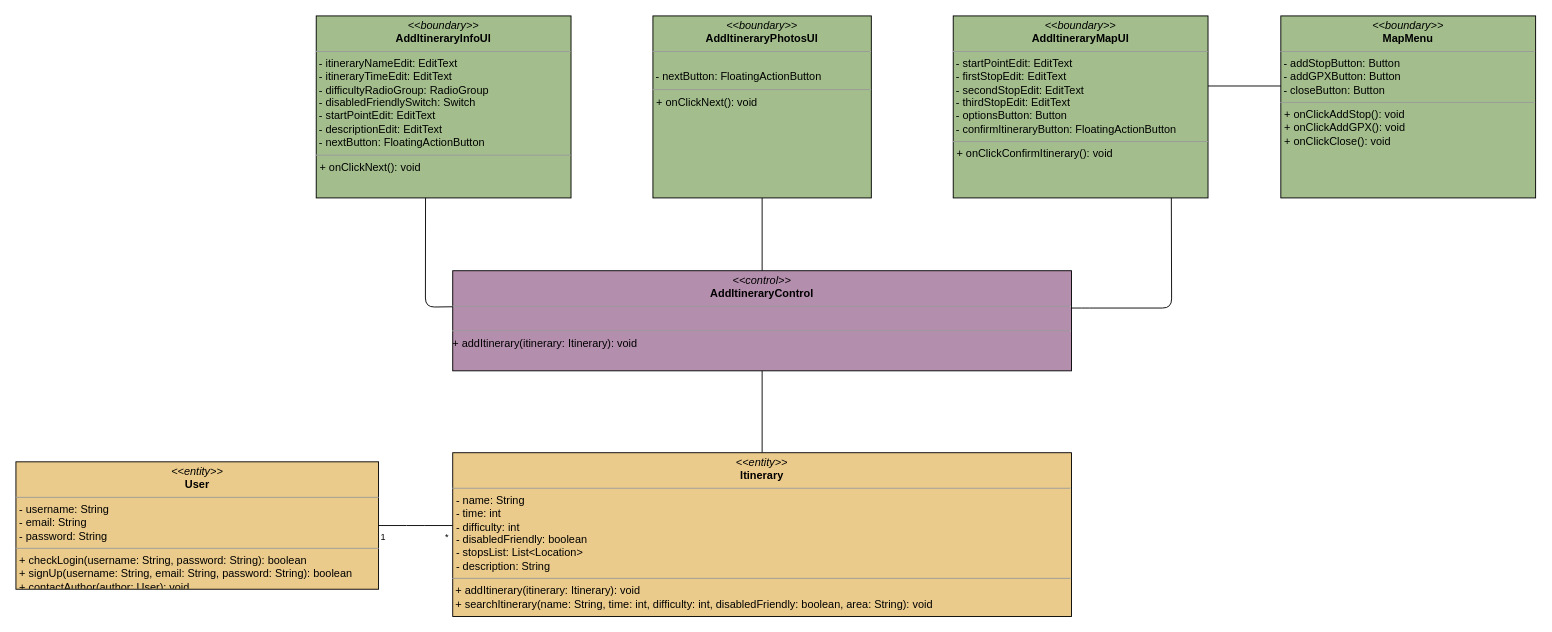
The draw.io diagram page "Aggiungi itinerario" (4 of 9) of docs/ECB.drawio in archer-65/natour-2122, before the edit. Source tidied: cells renumbered, new cells numbered last; positions are measured from the earlier drawing's top-left corner, leaving out a move shared by most shapes. Both pictures are drawn from the tidied source at 91%, with x=0, y=0 at pixel (15, 15).
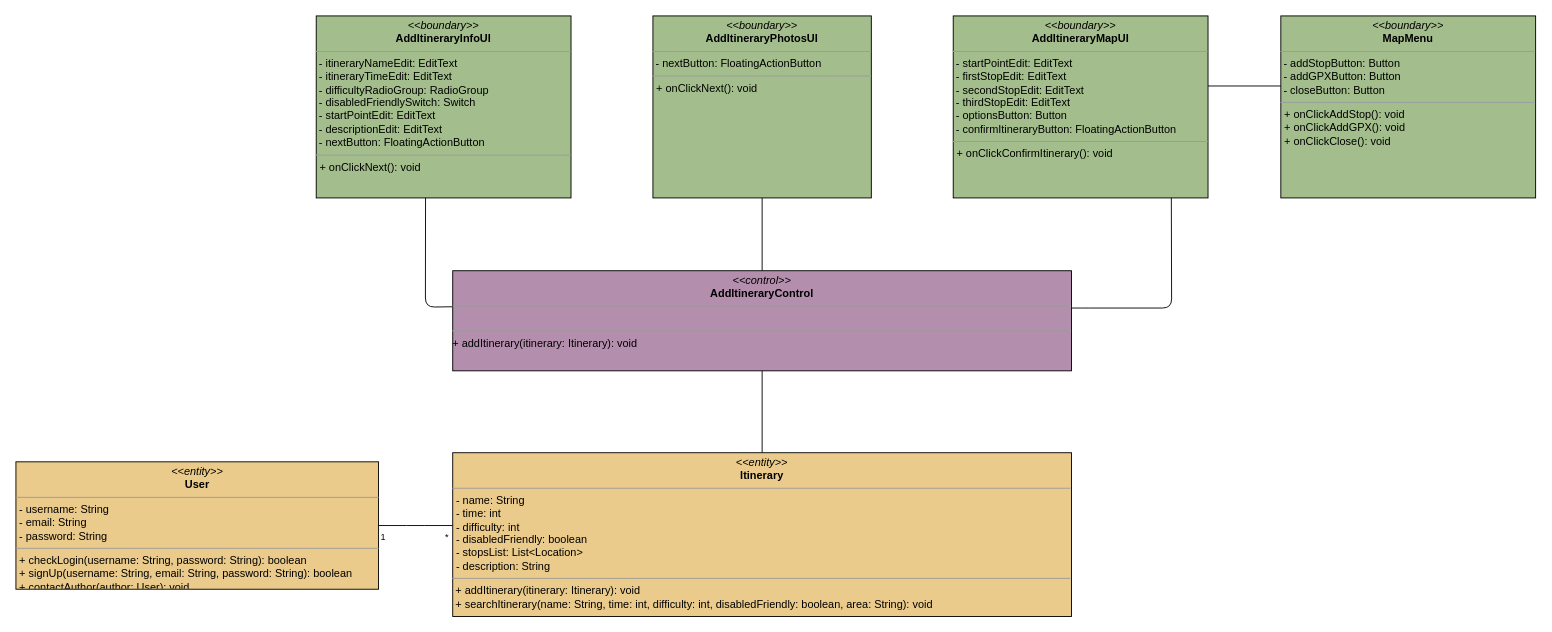
Above is the later version.

The edit, as a diff of the source:
```diff
@@
-    <mxCell id="7" value="&lt;p style=&quot;margin: 0px ; margin-top: 4px ; text-align: center&quot;&gt;&lt;i&gt;&amp;lt;&amp;lt;boundary&amp;gt;&amp;gt;&lt;/i&gt;&lt;br&gt;&lt;b&gt;AddItineraryPhotosUI&lt;/b&gt;&lt;/p&gt;&lt;hr size=&quot;1&quot;&gt;&lt;br&gt;&amp;nbsp;- nextButton: FloatingActionButton&lt;br&gt;&lt;hr size=&quot;1&quot;&gt;&lt;p style=&quot;margin: 0px 0px 0px 4px&quot;&gt;+ onClickNext(): void&lt;br&gt;&lt;/p&gt;" style="verticalAlign=top;align=left;overflow=fill;fontSize=12;fontFamily=Helvetica;html=1;fillColor=#A3BE8C;" parent="1" vertex="1">
+    <mxCell id="7" value="&lt;p style=&quot;margin: 0px ; margin-top: 4px ; text-align: center&quot;&gt;&lt;i&gt;&amp;lt;&amp;lt;boundary&amp;gt;&amp;gt;&lt;/i&gt;&lt;br&gt;&lt;b&gt;AddItineraryPhotosUI&lt;/b&gt;&lt;/p&gt;&lt;hr size=&quot;1&quot;&gt;&amp;nbsp;- nextButton: FloatingActionButton&lt;br&gt;&lt;hr size=&quot;1&quot;&gt;&lt;p style=&quot;margin: 0px 0px 0px 4px&quot;&gt;+ onClickNext(): void&lt;br&gt;&lt;/p&gt;" style="verticalAlign=top;align=left;overflow=fill;fontSize=12;fontFamily=Helvetica;html=1;fillColor=#A3BE8C;" parent="1" vertex="1">
       <mxGeometry x="700" width="240" height="200" as="geometry" />
     </mxCell>
```
